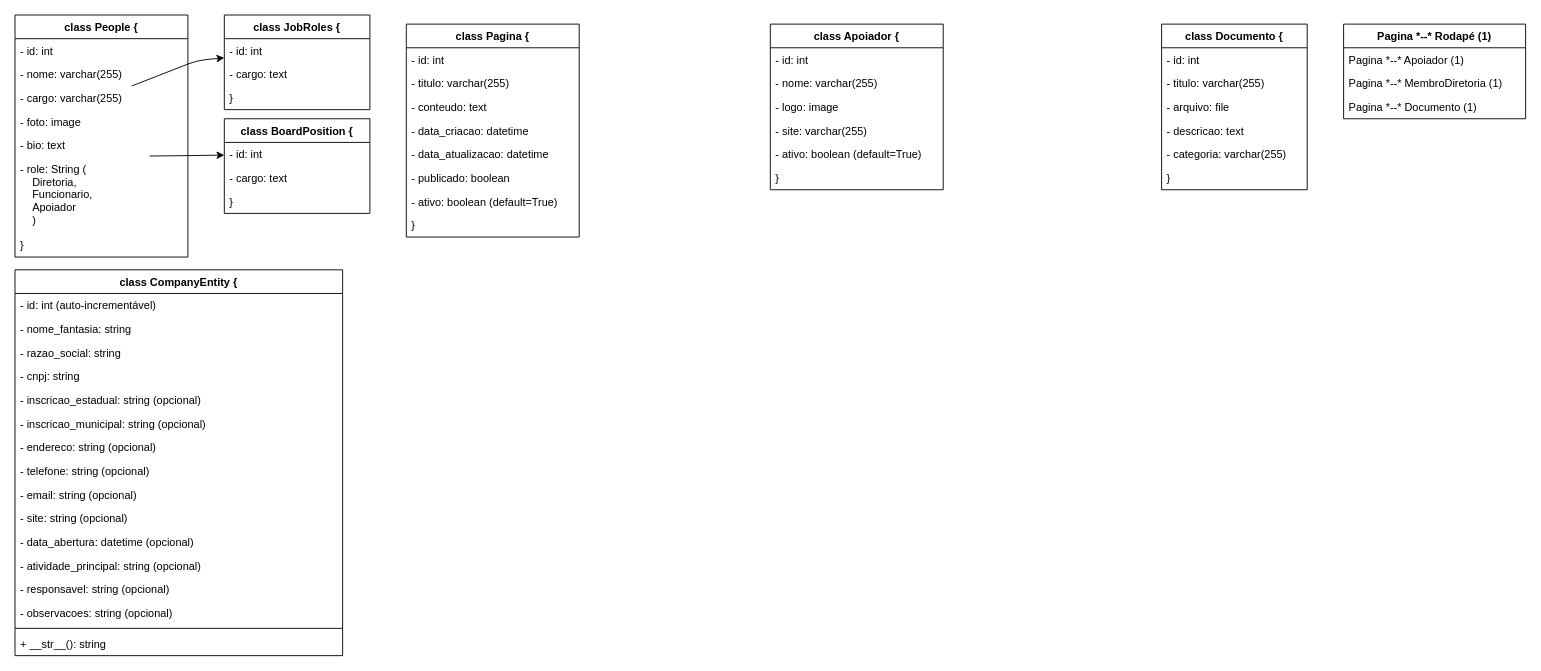
The draw.io diagram class_map.drawio in jonasaacampos/site_caa, before the edit. Source tidied: cells renumbered, new cells numbered last; positions are measured from the earlier drawing's top-left corner, leaving out a move shared by most shapes. Both pictures are drawn from the tidied source at 91%, with x=0, y=0 at pixel (15, 15).
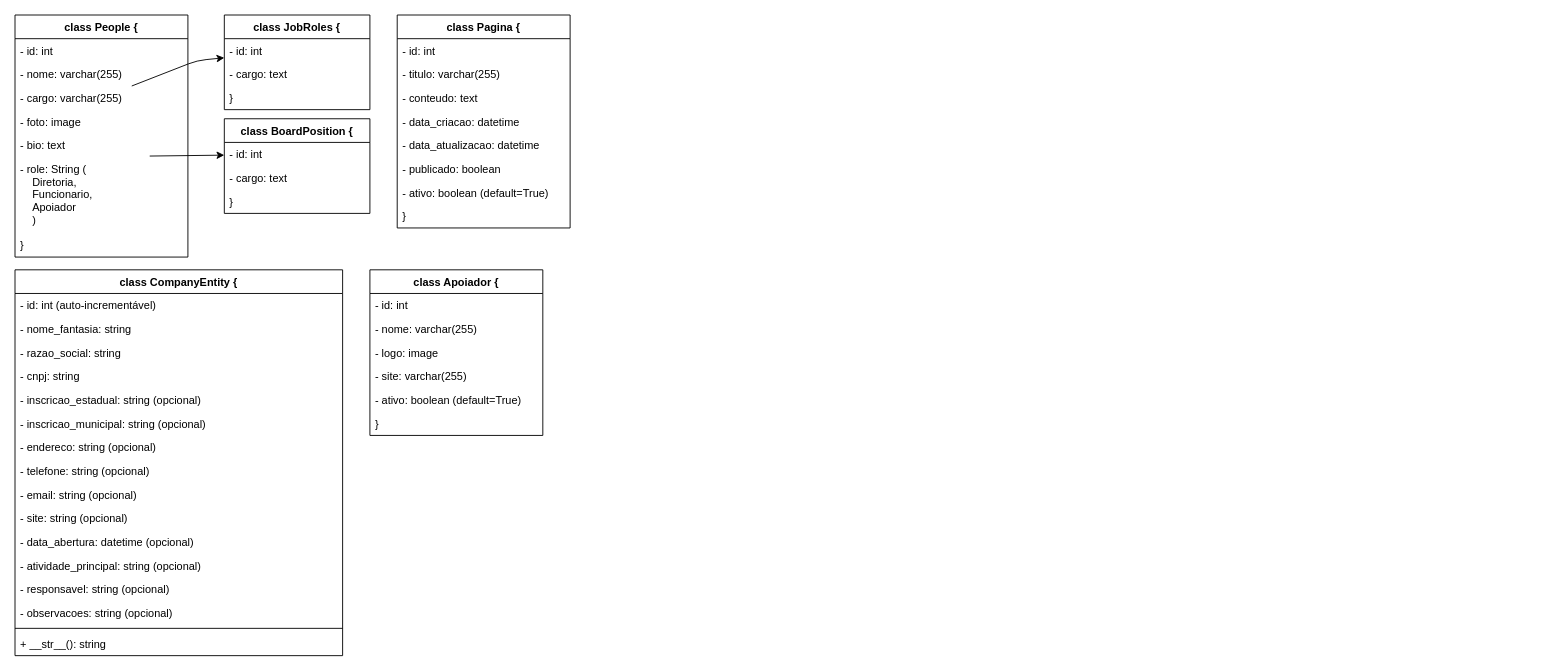
After the change.

Diff of the diagram source:
```diff
@@
     <mxCell id="2" value="class Pagina {" style="swimlane;fontStyle=1;horizontal=1;startSize=26;" parent="1" vertex="1">
-      <mxGeometry x="430" y="10" width="190" height="234" as="geometry" />
+      <mxGeometry x="420" width="190" height="234" as="geometry" />
     </mxCell>
@@
     <mxCell id="11" value="class Apoiador {" style="swimlane;fontStyle=1;horizontal=1;startSize=26;" parent="1" vertex="1">
-      <mxGeometry x="830" y="10" width="190" height="182" as="geometry" />
+      <mxGeometry x="390" y="280" width="190" height="182" as="geometry" />
     </mxCell>
@@
-    <mxCell id="26" value="class Documento {" style="swimlane;fontStyle=1;horizontal=1;startSize=26;" parent="1" vertex="1">
-      <mxGeometry x="1260" y="10" width="160" height="182" as="geometry" />
-    </mxCell>
-    <mxCell id="27" value="  - id: int" style="text;strokeColor=none;fillColor=none;align=left;verticalAlign=top;spacingLeft=4;spacingRight=4;overflow=hidden;" parent="26" vertex="1">
-      <mxGeometry y="26" width="160" height="26" as="geometry" />
-    </mxCell>
-    <mxCell id="28" value="  - titulo: varchar(255)" style="text;strokeColor=none;fillColor=none;align=left;verticalAlign=top;spacingLeft=4;spacingRight=4;overflow=hidden;" parent="26" vertex="1">
-      <mxGeometry y="52" width="160" height="26" as="geometry" />
-    </mxCell>
-    <mxCell id="29" value="  - arquivo: file" style="text;strokeColor=none;fillColor=none;align=left;verticalAlign=top;spacingLeft=4;spacingRight=4;overflow=hidden;" parent="26" vertex="1">
-      <mxGeometry y="78" width="160" height="26" as="geometry" />
-    </mxCell>
-    <mxCell id="30" value="  - descricao: text" style="text;strokeColor=none;fillColor=none;align=left;verticalAlign=top;spacingLeft=4;spacingRight=4;overflow=hidden;" parent="26" vertex="1">
-      <mxGeometry y="104" width="160" height="26" as="geometry" />
-    </mxCell>
-    <mxCell id="31" value="  - categoria: varchar(255)" style="text;strokeColor=none;fillColor=none;align=left;verticalAlign=top;spacingLeft=4;spacingRight=4;overflow=hidden;" parent="26" vertex="1">
-      <mxGeometry y="130" width="160" height="26" as="geometry" />
-    </mxCell>
-    <mxCell id="32" value="}" style="text;strokeColor=none;fillColor=none;align=left;verticalAlign=top;spacingLeft=4;spacingRight=4;overflow=hidden;" parent="26" vertex="1">
-      <mxGeometry y="156" width="160" height="26" as="geometry" />
-    </mxCell>
-    <mxCell id="33" value="Pagina *--* Rodapé (1)" style="swimlane;fontStyle=1;horizontal=1;startSize=26;" parent="1" vertex="1">
-      <mxGeometry x="1460" y="10" width="200" height="104" as="geometry" />
-    </mxCell>
-    <mxCell id="34" value="Pagina *--* Apoiador (1)" style="text;strokeColor=none;fillColor=none;align=left;verticalAlign=top;spacingLeft=4;spacingRight=4;overflow=hidden;" parent="33" vertex="1">
-      <mxGeometry y="26" width="200" height="26" as="geometry" />
-    </mxCell>
-    <mxCell id="35" value="Pagina *--* MembroDiretoria (1)" style="text;strokeColor=none;fillColor=none;align=left;verticalAlign=top;spacingLeft=4;spacingRight=4;overflow=hidden;" parent="33" vertex="1">
-      <mxGeometry y="52" width="200" height="26" as="geometry" />
-    </mxCell>
-    <mxCell id="36" value="Pagina *--* Documento (1)" style="text;strokeColor=none;fillColor=none;align=left;verticalAlign=top;spacingLeft=4;spacingRight=4;overflow=hidden;" parent="33" vertex="1">
-      <mxGeometry y="78" width="200" height="26" as="geometry" />
-    </mxCell>
```
